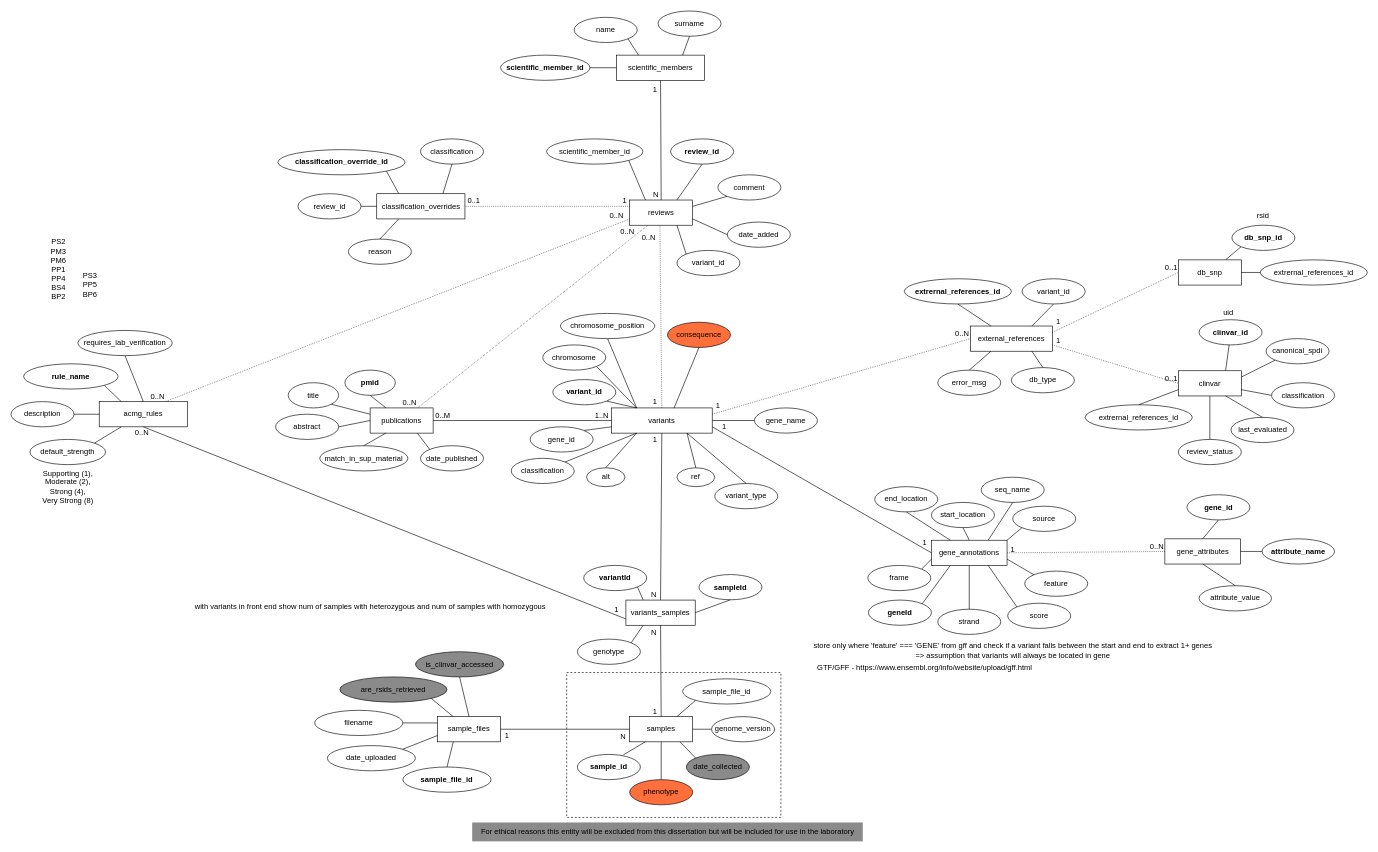
Before: page "Page-2" (2 of 2) of Flowcharts/ERD.drawio in estherspiteri/VUSVista, a draw.io diagram. Source tidied: cells renumbered, new cells numbered last; positions are measured from the earlier drawing's top-left corner, leaving out a move shared by most shapes. Both pictures are drawn from the tidied source at 63%, with x=0, y=0 at pixel (11, 11).
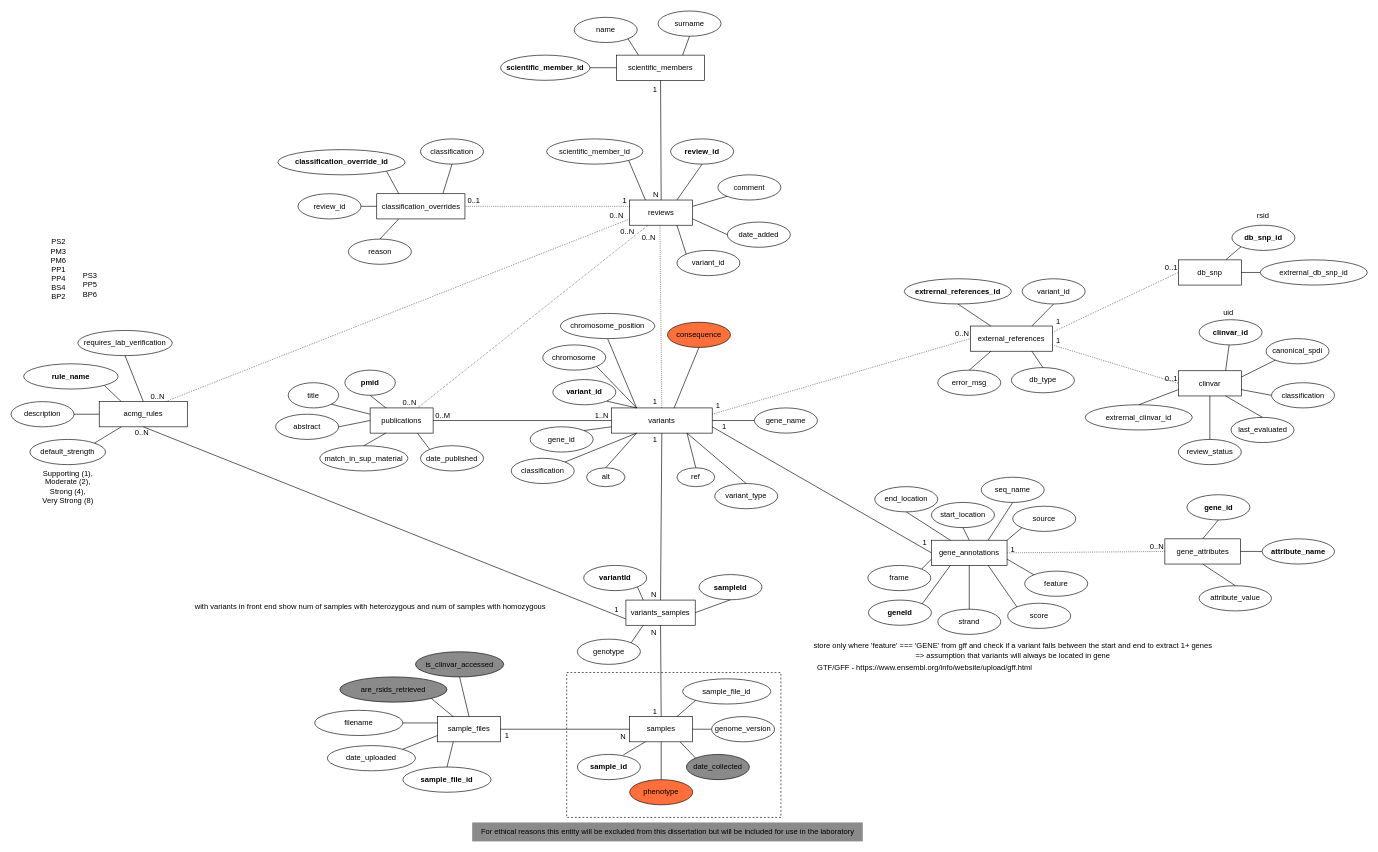
The same diagram, later.

The edit, as a diff of the source:
```diff
@@
-    <mxCell id="202" value="&lt;span style=&quot;font-weight: normal;&quot;&gt;extrernal_references_id&lt;/span&gt;" style="ellipse;whiteSpace=wrap;html=1;align=center;fontStyle=1;" parent="1" vertex="1">
+    <mxCell id="202" value="&lt;span style=&quot;font-weight: normal;&quot;&gt;extrernal_db_snp_id&lt;/span&gt;" style="ellipse;whiteSpace=wrap;html=1;align=center;fontStyle=1;" parent="1" vertex="1">
       <mxGeometry x="1982.9" y="395" width="170" height="40" as="geometry" />
     </mxCell>
@@
-    <mxCell id="204" value="&lt;span style=&quot;font-weight: normal;&quot;&gt;extrernal_references_id&lt;/span&gt;" style="ellipse;whiteSpace=wrap;html=1;align=center;fontStyle=1;" parent="1" vertex="1">
+    <mxCell id="204" value="&lt;span style=&quot;font-weight: normal;&quot;&gt;extrernal_clinvar_id&lt;/span&gt;" style="ellipse;whiteSpace=wrap;html=1;align=center;fontStyle=1;" parent="1" vertex="1">
       <mxGeometry x="1705" y="625" width="170" height="40" as="geometry" />
     </mxCell>
```
